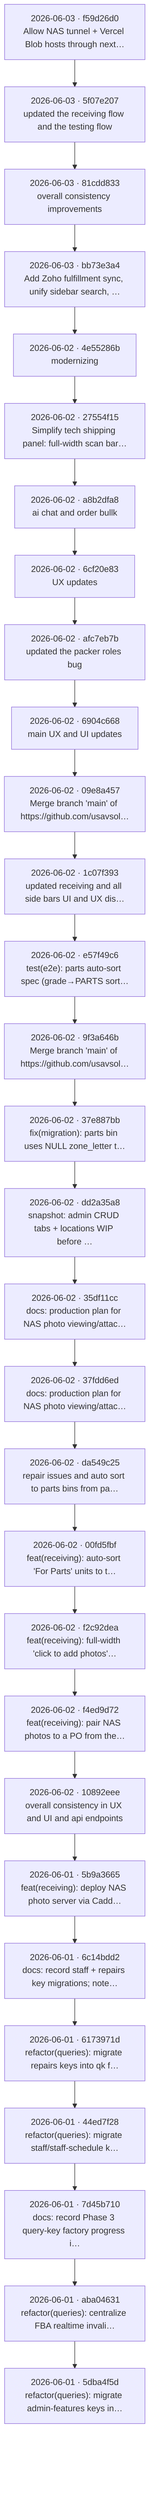
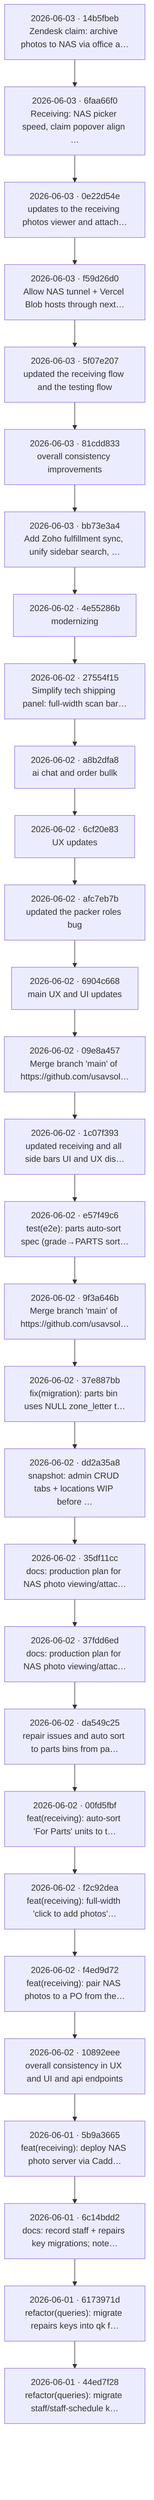
flowchart TB
-   c0["2026-06-03 · f59d26d0<br/>Allow NAS tunnel + Vercel Blob hosts through next…"]
-   c1["2026-06-03 · 5f07e207<br/>updated the receiving flow and the testing flow"]
+   c0["2026-06-03 · 14b5fbeb<br/>Zendesk claim: archive photos to NAS via office a…"]
+   c1["2026-06-03 · 6faa66f0<br/>Receiving: NAS picker speed, claim popover align …"]
  c0 --> c1
-   c2["2026-06-03 · 81cdd833<br/>overall consistency improvements"]
+   c2["2026-06-03 · 0e22d54e<br/>updates to the receiving photos viewer and attach…"]
  c1 --> c2
-   c3["2026-06-03 · bb73e3a4<br/>Add Zoho fulfillment sync, unify sidebar search, …"]
+   c3["2026-06-03 · f59d26d0<br/>Allow NAS tunnel + Vercel Blob hosts through next…"]
  c2 --> c3
-   c4["2026-06-02 · 4e55286b<br/>modernizing"]
+   c4["2026-06-03 · 5f07e207<br/>updated the receiving flow and the testing flow"]
  c3 --> c4
-   c5["2026-06-02 · 27554f15<br/>Simplify tech shipping panel: full-width scan bar…"]
+   c5["2026-06-03 · 81cdd833<br/>overall consistency improvements"]
  c4 --> c5
-   c6["2026-06-02 · a8b2dfa8<br/>ai chat and order bullk"]
+   c6["2026-06-03 · bb73e3a4<br/>Add Zoho fulfillment sync, unify sidebar search, …"]
  c5 --> c6
-   c7["2026-06-02 · 6cf20e83<br/>UX updates"]
+   c7["2026-06-02 · 4e55286b<br/>modernizing"]
  c6 --> c7
-   c8["2026-06-02 · afc7eb7b<br/>updated the packer roles bug"]
+   c8["2026-06-02 · 27554f15<br/>Simplify tech shipping panel: full-width scan bar…"]
  c7 --> c8
-   c9["2026-06-02 · 6904c668<br/>main UX and UI updates"]
+   c9["2026-06-02 · a8b2dfa8<br/>ai chat and order bullk"]
  c8 --> c9
-   c10["2026-06-02 · 09e8a457<br/>Merge branch 'main' of https://github.com/usavsol…"]
+   c10["2026-06-02 · 6cf20e83<br/>UX updates"]
  c9 --> c10
-   c11["2026-06-02 · 1c07f393<br/>updated receiving and all side bars UI and UX dis…"]
+   c11["2026-06-02 · afc7eb7b<br/>updated the packer roles bug"]
  c10 --> c11
-   c12["2026-06-02 · e57f49c6<br/>test(e2e): parts auto-sort spec (grade→PARTS sort…"]
+   c12["2026-06-02 · 6904c668<br/>main UX and UI updates"]
  c11 --> c12
-   c13["2026-06-02 · 9f3a646b<br/>Merge branch 'main' of https://github.com/usavsol…"]
+   c13["2026-06-02 · 09e8a457<br/>Merge branch 'main' of https://github.com/usavsol…"]
  c12 --> c13
-   c14["2026-06-02 · 37e887bb<br/>fix(migration): parts bin uses NULL zone_letter t…"]
+   c14["2026-06-02 · 1c07f393<br/>updated receiving and all side bars UI and UX dis…"]
  c13 --> c14
-   c15["2026-06-02 · dd2a35a8<br/>snapshot: admin CRUD tabs + locations WIP before …"]
+   c15["2026-06-02 · e57f49c6<br/>test(e2e): parts auto-sort spec (grade→PARTS sort…"]
  c14 --> c15
-   c16["2026-06-02 · 35df11cc<br/>docs: production plan for NAS photo viewing/attac…"]
+   c16["2026-06-02 · 9f3a646b<br/>Merge branch 'main' of https://github.com/usavsol…"]
  c15 --> c16
-   c17["2026-06-02 · 37fdd6ed<br/>docs: production plan for NAS photo viewing/attac…"]
+   c17["2026-06-02 · 37e887bb<br/>fix(migration): parts bin uses NULL zone_letter t…"]
  c16 --> c17
-   c18["2026-06-02 · da549c25<br/>repair issues and auto sort to parts bins from pa…"]
+   c18["2026-06-02 · dd2a35a8<br/>snapshot: admin CRUD tabs + locations WIP before …"]
  c17 --> c18
-   c19["2026-06-02 · 00fd5fbf<br/>feat(receiving): auto-sort 'For Parts' units to t…"]
+   c19["2026-06-02 · 35df11cc<br/>docs: production plan for NAS photo viewing/attac…"]
  c18 --> c19
-   c20["2026-06-02 · f2c92dea<br/>feat(receiving): full-width 'click to add photos'…"]
+   c20["2026-06-02 · 37fdd6ed<br/>docs: production plan for NAS photo viewing/attac…"]
  c19 --> c20
-   c21["2026-06-02 · f4ed9d72<br/>feat(receiving): pair NAS photos to a PO from the…"]
+   c21["2026-06-02 · da549c25<br/>repair issues and auto sort to parts bins from pa…"]
  c20 --> c21
-   c22["2026-06-02 · 10892eee<br/>overall consistency in UX and UI and api endpoints"]
+   c22["2026-06-02 · 00fd5fbf<br/>feat(receiving): auto-sort 'For Parts' units to t…"]
  c21 --> c22
-   c23["2026-06-01 · 5b9a3665<br/>feat(receiving): deploy NAS photo server via Cadd…"]
+   c23["2026-06-02 · f2c92dea<br/>feat(receiving): full-width 'click to add photos'…"]
  c22 --> c23
-   c24["2026-06-01 · 6c14bdd2<br/>docs: record staff + repairs key migrations; note…"]
+   c24["2026-06-02 · f4ed9d72<br/>feat(receiving): pair NAS photos to a PO from the…"]
  c23 --> c24
-   c25["2026-06-01 · 6173971d<br/>refactor(queries): migrate repairs keys into qk f…"]
+   c25["2026-06-02 · 10892eee<br/>overall consistency in UX and UI and api endpoints"]
  c24 --> c25
-   c26["2026-06-01 · 44ed7f28<br/>refactor(queries): migrate staff/staff-schedule k…"]
+   c26["2026-06-01 · 5b9a3665<br/>feat(receiving): deploy NAS photo server via Cadd…"]
  c25 --> c26
-   c27["2026-06-01 · 7d45b710<br/>docs: record Phase 3 query-key factory progress i…"]
+   c27["2026-06-01 · 6c14bdd2<br/>docs: record staff + repairs key migrations; note…"]
  c26 --> c27
-   c28["2026-06-01 · aba04631<br/>refactor(queries): centralize FBA realtime invali…"]
+   c28["2026-06-01 · 6173971d<br/>refactor(queries): migrate repairs keys into qk f…"]
  c27 --> c28
-   c29["2026-06-01 · 5dba4f5d<br/>refactor(queries): migrate admin-features keys in…"]
+   c29["2026-06-01 · 44ed7f28<br/>refactor(queries): migrate staff/staff-schedule k…"]
  c28 --> c29